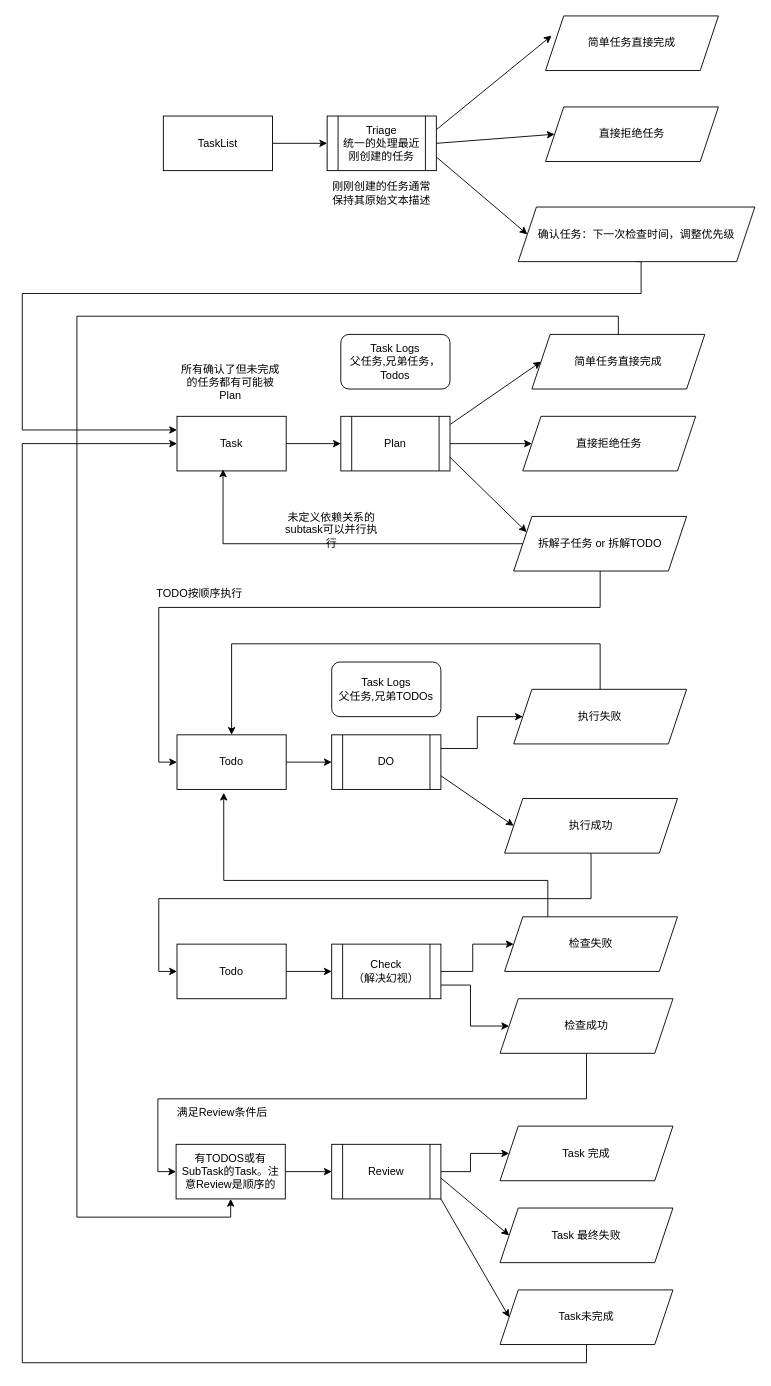
Earlier version of the draw.io diagram page "Page-7" (7 of 7) of doc/agent & workflow.drawio (fiatrete/OpenDAN-Personal-AI-OS). Source tidied: cells renumbered, new cells numbered last; positions are measured from the earlier drawing's top-left corner, leaving out a move shared by most shapes. Both pictures are drawn from the tidied source at 91%, with x=0, y=0 at pixel (22, 15).
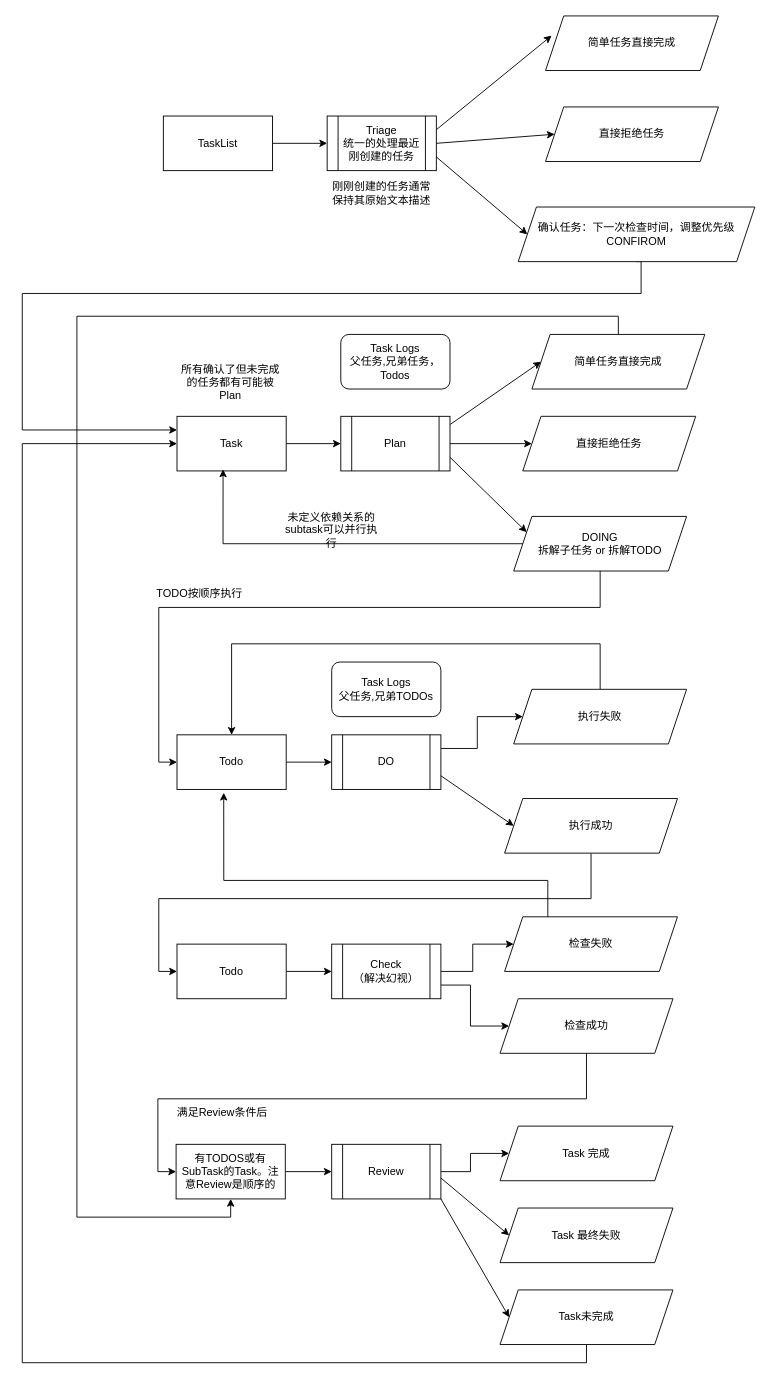
Above is the later version.

The edit, as a diff of the source:
```diff
@@
-    <mxCell id="7" value="确认任务：下一次检查时间，调整优先级" style="shape=parallelogram;perimeter=parallelogramPerimeter;whiteSpace=wrap;html=1;fixedSize=1;" parent="1" vertex="1">
+    <mxCell id="7" value="确认任务：下一次检查时间，调整优先级&lt;br&gt;CONFIROM" style="shape=parallelogram;perimeter=parallelogramPerimeter;whiteSpace=wrap;html=1;fixedSize=1;" parent="1" vertex="1">
       <mxGeometry x="545" y="210" width="260" height="60" as="geometry" />
     </mxCell>
@@
-    <mxCell id="17" value="拆解子任务 or 拆解TODO" style="shape=parallelogram;perimeter=parallelogramPerimeter;whiteSpace=wrap;html=1;fixedSize=1;" parent="1" vertex="1">
+    <mxCell id="17" value="DOING&lt;br&gt;拆解子任务 or 拆解TODO" style="shape=parallelogram;perimeter=parallelogramPerimeter;whiteSpace=wrap;html=1;fixedSize=1;" parent="1" vertex="1">
       <mxGeometry x="540" y="550" width="190" height="60" as="geometry" />
     </mxCell>
```
